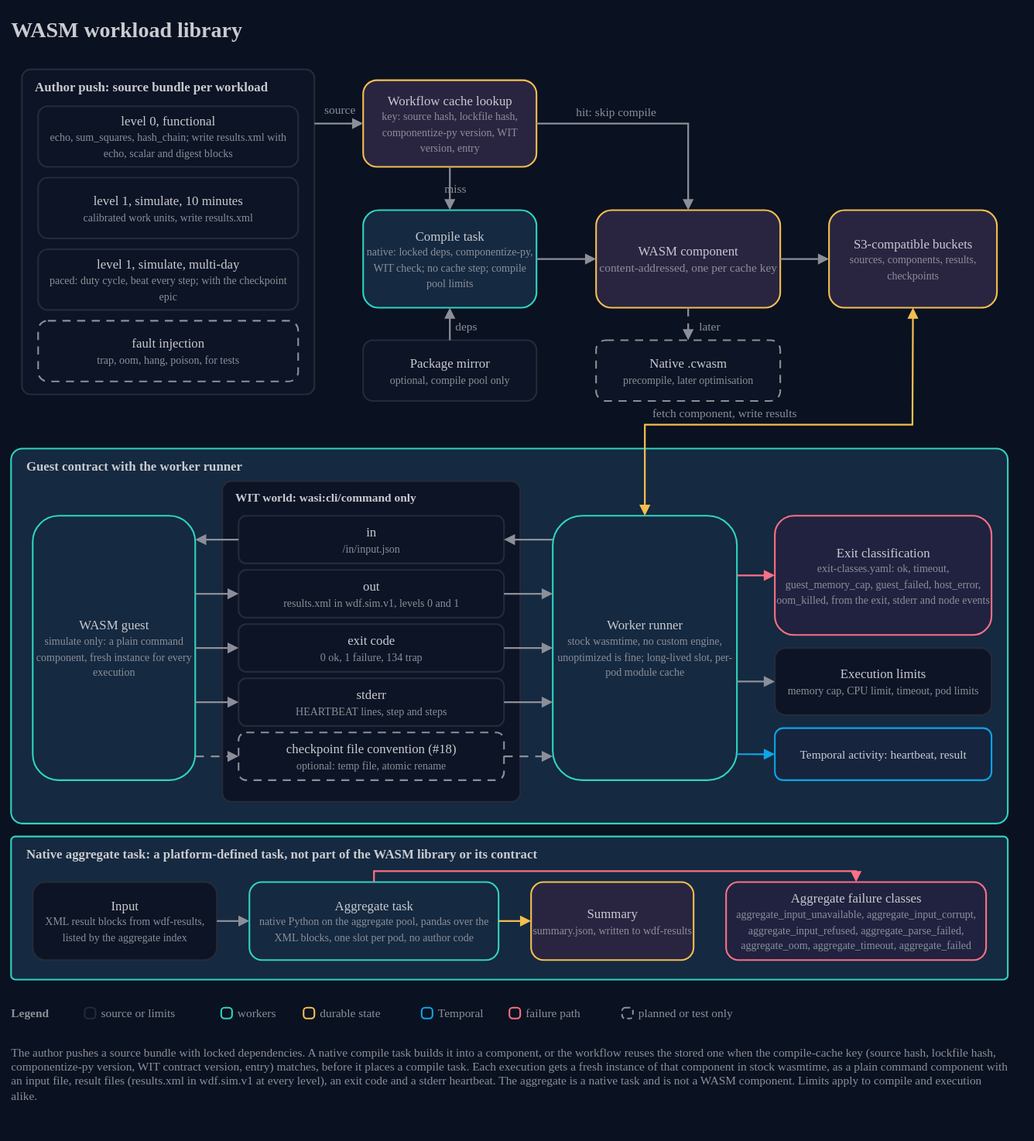
Before: docs/architecture/14-wasm-workload-library.drawio.svg, a diagram exported from draw.io (AndoNorth/wasm-dag-forge). Source tidied: cells renumbered, new cells last; positions are measured from the earlier drawing's top-left corner, leaving out a move shared by most shapes.
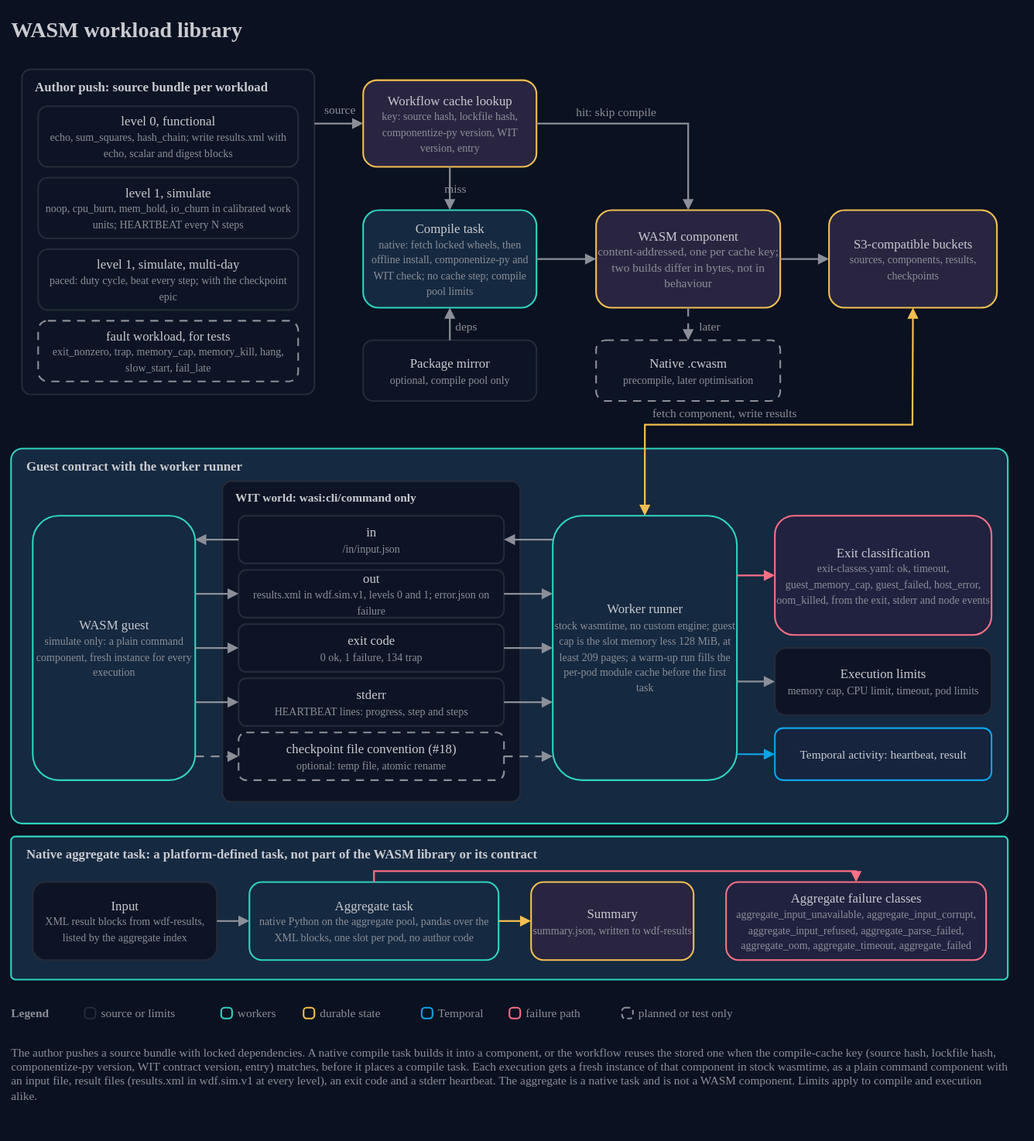
The same diagram one commit later.

Commit message:
docs(workload): exit test record and closure of the workload toolchain spec, refined architecture note

The edit, as a diff of the source:
```diff
@@ -11,7 +11,7 @@
     <mxCell id="4" value="Author push: source bundle per workload" style="text;html=1;strokeColor=none;fillColor=none;align=left;verticalAlign=middle;whiteSpace=nowrap;fontColor=#c9cbd0;fontSize=12;fontStyle=1;fontFamily=IBM Plex Sans;spacing=0;" parent="1" vertex="1">
       <mxGeometry x="22" y="60" width="250" height="20" as="geometry" />
     </mxCell>
-    <mxCell id="5" value="level 1, simulate, 10 minutes&lt;br&gt;&lt;font color=&quot;#8c8f98&quot; style=&quot;font-size:10px&quot;&gt;calibrated work units, write results.xml&lt;/font&gt;" style="rounded=1;arcSize=16;html=1;whiteSpace=wrap;fillColor=#0c1425;strokeColor=#252b39;strokeWidth=1.5;fontColor=#c9cbd0;fontSize=12;fontFamily=IBM Plex Sans;align=center;verticalAlign=middle;" parent="1" vertex="1">
+    <mxCell id="5" value="level 1, simulate&lt;br&gt;&lt;font color=&quot;#8c8f98&quot; style=&quot;font-size:10px&quot;&gt;noop, cpu_burn, mem_hold, io_churn in calibrated work units; HEARTBEAT every N steps&lt;/font&gt;" style="rounded=1;arcSize=16;html=1;whiteSpace=wrap;fillColor=#0c1425;strokeColor=#252b39;strokeWidth=1.5;fontColor=#c9cbd0;fontSize=12;fontFamily=IBM Plex Sans;align=center;verticalAlign=middle;" parent="1" vertex="1">
       <mxGeometry x="25" y="154" width="240" height="56" as="geometry" />
     </mxCell>
     <mxCell id="6" value="level 0, functional&lt;br&gt;&lt;font color=&quot;#8c8f98&quot; style=&quot;font-size:10px&quot;&gt;echo, sum_squares, hash_chain; write results.xml with echo, scalar and digest blocks&lt;/font&gt;" style="rounded=1;arcSize=16;html=1;whiteSpace=wrap;fillColor=#0c1425;strokeColor=#252b39;strokeWidth=1.5;fontColor=#c9cbd0;fontSize=12;fontFamily=IBM Plex Sans;align=center;verticalAlign=middle;" parent="1" vertex="1">
@@ -20,19 +20,19 @@
     <mxCell id="7" value="level 1, simulate, multi-day&lt;br&gt;&lt;font color=&quot;#8c8f98&quot; style=&quot;font-size:10px&quot;&gt;paced: duty cycle, beat every step; with the checkpoint epic&lt;/font&gt;" style="rounded=1;arcSize=16;html=1;whiteSpace=wrap;fillColor=#0c1425;strokeColor=#252b39;strokeWidth=1.5;fontColor=#c9cbd0;fontSize=12;fontFamily=IBM Plex Sans;align=center;verticalAlign=middle;" parent="1" vertex="1">
       <mxGeometry x="25" y="220" width="240" height="56" as="geometry" />
     </mxCell>
-    <mxCell id="8" value="fault injection&lt;br&gt;&lt;font color=&quot;#8c8f98&quot; style=&quot;font-size:10px&quot;&gt;trap, oom, hang, poison, for tests&lt;/font&gt;" style="rounded=1;arcSize=16;html=1;whiteSpace=wrap;fillColor=#0c1425;strokeColor=#8c8f98;strokeWidth=1.5;dashed=1;dashPattern=5 4;fontColor=#c9cbd0;fontSize=12;fontFamily=IBM Plex Sans;align=center;verticalAlign=middle;" parent="1" vertex="1">
+    <mxCell id="8" value="fault workload, for tests&lt;br&gt;&lt;font color=&quot;#8c8f98&quot; style=&quot;font-size:10px&quot;&gt;exit_nonzero, trap, memory_cap, memory_kill, hang, slow_start, fail_late&lt;/font&gt;" style="rounded=1;arcSize=16;html=1;whiteSpace=wrap;fillColor=#0c1425;strokeColor=#8c8f98;strokeWidth=1.5;dashed=1;dashPattern=5 4;fontColor=#c9cbd0;fontSize=12;fontFamily=IBM Plex Sans;align=center;verticalAlign=middle;" parent="1" vertex="1">
       <mxGeometry x="25" y="286" width="240" height="56" as="geometry" />
     </mxCell>
     <mxCell id="9" value="Workflow cache lookup&lt;br&gt;&lt;font color=&quot;#8c8f98&quot; style=&quot;font-size:10px&quot;&gt;key: source hash, lockfile hash, componentize-py version, WIT version, entry&lt;/font&gt;" style="rounded=1;arcSize=16;html=1;whiteSpace=wrap;fillColor=#292541;strokeColor=#f4bf51;strokeWidth=1.5;fontColor=#c9cbd0;fontSize=12;fontFamily=IBM Plex Sans;align=center;verticalAlign=middle;" parent="1" vertex="1">
       <mxGeometry x="325" y="64" width="160" height="80" as="geometry" />
     </mxCell>
-    <mxCell id="10" value="Compile task&lt;br&gt;&lt;font color=&quot;#8c8f98&quot; style=&quot;font-size:10px&quot;&gt;native: locked deps, componentize-py, WIT check; no cache step; compile pool limits&lt;/font&gt;" style="rounded=1;arcSize=16;html=1;whiteSpace=wrap;fillColor=#152940;strokeColor=#2fd4bf;strokeWidth=1.5;fontColor=#c9cbd0;fontSize=12;fontFamily=IBM Plex Sans;align=center;verticalAlign=middle;" parent="1" vertex="1">
+    <mxCell id="10" value="Compile task&lt;br&gt;&lt;font color=&quot;#8c8f98&quot; style=&quot;font-size:10px&quot;&gt;native: fetch locked wheels, then offline install, componentize-py and WIT check; no cache step; compile pool limits&lt;/font&gt;" style="rounded=1;arcSize=16;html=1;whiteSpace=wrap;fillColor=#152940;strokeColor=#2fd4bf;strokeWidth=1.5;fontColor=#c9cbd0;fontSize=12;fontFamily=IBM Plex Sans;align=center;verticalAlign=middle;" parent="1" vertex="1">
       <mxGeometry x="325" y="184" width="160" height="90" as="geometry" />
     </mxCell>
     <mxCell id="11" value="Package mirror&lt;br&gt;&lt;font color=&quot;#8c8f98&quot; style=&quot;font-size:10px&quot;&gt;optional, compile pool only&lt;/font&gt;" style="rounded=1;arcSize=16;html=1;whiteSpace=wrap;fillColor=#0c1425;strokeColor=#252b39;strokeWidth=1.5;fontColor=#c9cbd0;fontSize=12;fontFamily=IBM Plex Sans;align=center;verticalAlign=middle;" parent="1" vertex="1">
       <mxGeometry x="325" y="304" width="160" height="56" as="geometry" />
     </mxCell>
-    <mxCell id="12" value="WASM component&lt;br&gt;&lt;font color=&quot;#8c8f98&quot; style=&quot;font-size:11px&quot;&gt;content-addressed, one per cache key&lt;/font&gt;" style="rounded=1;arcSize=16;html=1;whiteSpace=wrap;fillColor=#292541;strokeColor=#f4bf51;strokeWidth=1.5;fontColor=#c9cbd0;fontSize=12;fontFamily=IBM Plex Sans;align=center;verticalAlign=middle;" parent="1" vertex="1">
+    <mxCell id="12" value="WASM component&lt;br&gt;&lt;font color=&quot;#8c8f98&quot; style=&quot;font-size:11px&quot;&gt;content-addressed, one per cache key; two builds differ in bytes, not in behaviour&lt;/font&gt;" style="rounded=1;arcSize=16;html=1;whiteSpace=wrap;fillColor=#292541;strokeColor=#f4bf51;strokeWidth=1.5;fontColor=#c9cbd0;fontSize=12;fontFamily=IBM Plex Sans;align=center;verticalAlign=middle;" parent="1" vertex="1">
       <mxGeometry x="540" y="184" width="170" height="90" as="geometry" />
     </mxCell>
     <mxCell id="13" value="S3-compatible buckets&lt;br&gt;&lt;font color=&quot;#8c8f98&quot; style=&quot;font-size:10px&quot;&gt;sources, components, results, checkpoints&lt;/font&gt;" style="rounded=1;arcSize=16;html=1;whiteSpace=wrap;fillColor=#292541;strokeColor=#f4bf51;strokeWidth=1.5;fontColor=#c9cbd0;fontSize=12;fontFamily=IBM Plex Sans;align=center;verticalAlign=middle;" parent="1" vertex="1">
@@ -117,13 +117,13 @@
     <mxCell id="38" value="in&lt;br&gt;&lt;font color=&quot;#8c8f98&quot; style=&quot;font-size:10px&quot;&gt;/in/input.json&lt;/font&gt;" style="rounded=1;arcSize=16;html=1;whiteSpace=wrap;fillColor=#0c1425;strokeColor=#252b39;strokeWidth=1.5;fontColor=#c9cbd0;fontSize=12;fontFamily=IBM Plex Sans;align=center;verticalAlign=middle;" parent="1" vertex="1">
       <mxGeometry x="210" y="466" width="245" height="44" as="geometry" />
     </mxCell>
-    <mxCell id="39" value="out&lt;br&gt;&lt;font color=&quot;#8c8f98&quot; style=&quot;font-size:10px&quot;&gt;results.xml in wdf.sim.v1, levels 0 and 1&lt;/font&gt;" style="rounded=1;arcSize=16;html=1;whiteSpace=wrap;fillColor=#0c1425;strokeColor=#252b39;strokeWidth=1.5;fontColor=#c9cbd0;fontSize=12;fontFamily=IBM Plex Sans;align=center;verticalAlign=middle;" parent="1" vertex="1">
+    <mxCell id="39" value="out&lt;br&gt;&lt;font color=&quot;#8c8f98&quot; style=&quot;font-size:10px&quot;&gt;results.xml in wdf.sim.v1, levels 0 and 1; error.json on failure&lt;/font&gt;" style="rounded=1;arcSize=16;html=1;whiteSpace=wrap;fillColor=#0c1425;strokeColor=#252b39;strokeWidth=1.5;fontColor=#c9cbd0;fontSize=12;fontFamily=IBM Plex Sans;align=center;verticalAlign=middle;" parent="1" vertex="1">
       <mxGeometry x="210" y="516" width="245" height="44" as="geometry" />
     </mxCell>
     <mxCell id="40" value="exit code&lt;br&gt;&lt;font color=&quot;#8c8f98&quot; style=&quot;font-size:10px&quot;&gt;0 ok, 1 failure, 134 trap&lt;/font&gt;" style="rounded=1;arcSize=16;html=1;whiteSpace=wrap;fillColor=#0c1425;strokeColor=#252b39;strokeWidth=1.5;fontColor=#c9cbd0;fontSize=12;fontFamily=IBM Plex Sans;align=center;verticalAlign=middle;" parent="1" vertex="1">
       <mxGeometry x="210" y="566" width="245" height="44" as="geometry" />
     </mxCell>
-    <mxCell id="41" value="stderr&lt;br&gt;&lt;font color=&quot;#8c8f98&quot; style=&quot;font-size:10px&quot;&gt;HEARTBEAT lines, step and steps&lt;/font&gt;" style="rounded=1;arcSize=16;html=1;whiteSpace=wrap;fillColor=#0c1425;strokeColor=#252b39;strokeWidth=1.5;fontColor=#c9cbd0;fontSize=12;fontFamily=IBM Plex Sans;align=center;verticalAlign=middle;" parent="1" vertex="1">
+    <mxCell id="41" value="stderr&lt;br&gt;&lt;font color=&quot;#8c8f98&quot; style=&quot;font-size:10px&quot;&gt;HEARTBEAT lines: progress, step and steps&lt;/font&gt;" style="rounded=1;arcSize=16;html=1;whiteSpace=wrap;fillColor=#0c1425;strokeColor=#252b39;strokeWidth=1.5;fontColor=#c9cbd0;fontSize=12;fontFamily=IBM Plex Sans;align=center;verticalAlign=middle;" parent="1" vertex="1">
       <mxGeometry x="210" y="616" width="245" height="44" as="geometry" />
     </mxCell>
     <mxCell id="42" value="checkpoint file convention (#18)&lt;br&gt;&lt;font color=&quot;#8c8f98&quot; style=&quot;font-size:10px&quot;&gt;optional: temp file, atomic rename&lt;/font&gt;" style="rounded=1;arcSize=16;html=1;whiteSpace=wrap;fillColor=#0c1425;strokeColor=#8c8f98;dashed=1;dashPattern=5 4;strokeWidth=1.5;fontColor=#c9cbd0;fontSize=12;fontFamily=IBM Plex Sans;align=center;verticalAlign=middle;" parent="1" vertex="1">
@@ -150,7 +150,7 @@
     <mxCell id="49" style="endArrow=block;endFill=1;startArrow=none;startFill=1;html=1;rounded=0;strokeColor=#8c8f98;strokeWidth=1.6;exitX=1;exitY=0.9098;exitDx=0;exitDy=0;entryX=0;entryY=0.5;entryDx=0;entryDy=0;dashed=1;dashPattern=5 4;" parent="1" edge="1" source="37" target="42">
       <mxGeometry relative="1" as="geometry" />
     </mxCell>
-    <mxCell id="50" value="Worker runner&lt;br&gt;&lt;font color=&quot;#8c8f98&quot; style=&quot;font-size:10px&quot;&gt;stock wasmtime, no custom engine, unoptimized is fine; long-lived slot, per-pod module cache&lt;/font&gt;" style="rounded=1;arcSize=16;html=1;whiteSpace=wrap;fillColor=#152940;strokeColor=#2fd4bf;strokeWidth=1.5;fontColor=#c9cbd0;fontSize=12;fontFamily=IBM Plex Sans;align=center;verticalAlign=middle;" parent="1" vertex="1">
+    <mxCell id="50" value="Worker runner&lt;br&gt;&lt;font color=&quot;#8c8f98&quot; style=&quot;font-size:10px&quot;&gt;stock wasmtime, no custom engine; guest cap is the slot memory less 128 MiB, at least 209 pages; a warm-up run fills the per-pod module cache before the first task&lt;/font&gt;" style="rounded=1;arcSize=16;html=1;whiteSpace=wrap;fillColor=#152940;strokeColor=#2fd4bf;strokeWidth=1.5;fontColor=#c9cbd0;fontSize=12;fontFamily=IBM Plex Sans;align=center;verticalAlign=middle;" parent="1" vertex="1">
       <mxGeometry x="500" y="466" width="170" height="244" as="geometry" />
     </mxCell>
     <mxCell id="51" style="endArrow=block;endFill=1;startArrow=none;startFill=1;html=1;rounded=0;strokeColor=#8c8f98;strokeWidth=1.6;exitX=0;exitY=0.0902;exitDx=0;exitDy=0;entryX=1;entryY=0.5;entryDx=0;entryDy=0;" parent="1" edge="1" source="50" target="38">
```
